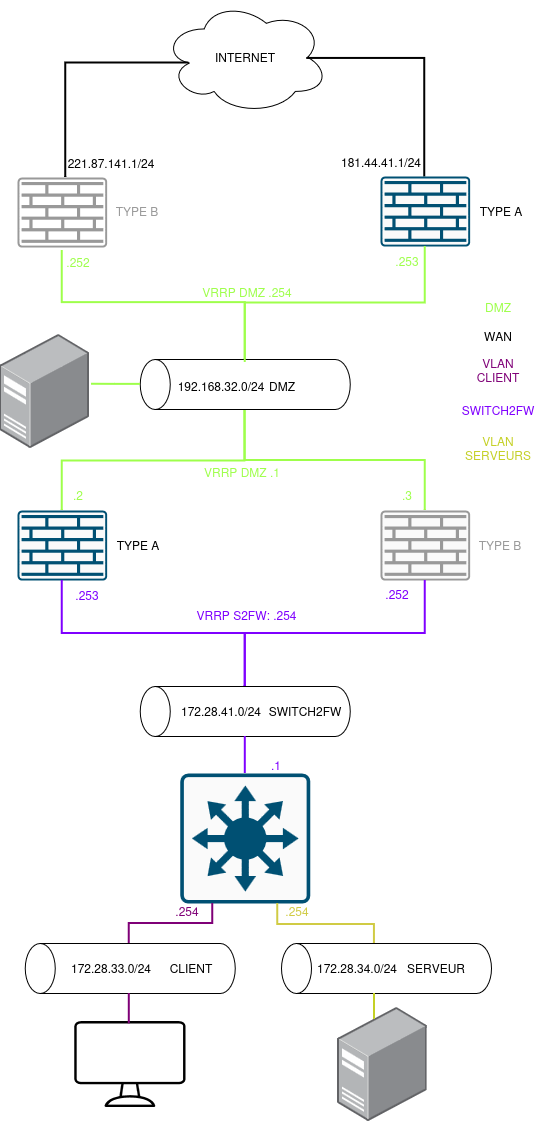
Above: docs/assets/SchemaLogDMZ.drawio.png in DSISportLudique/SportLudique2Doc (draw.io), before the change. Source tidied: cells renumbered, new cells last; positions are measured from the earlier drawing's top-left corner, leaving out a move shared by most shapes.
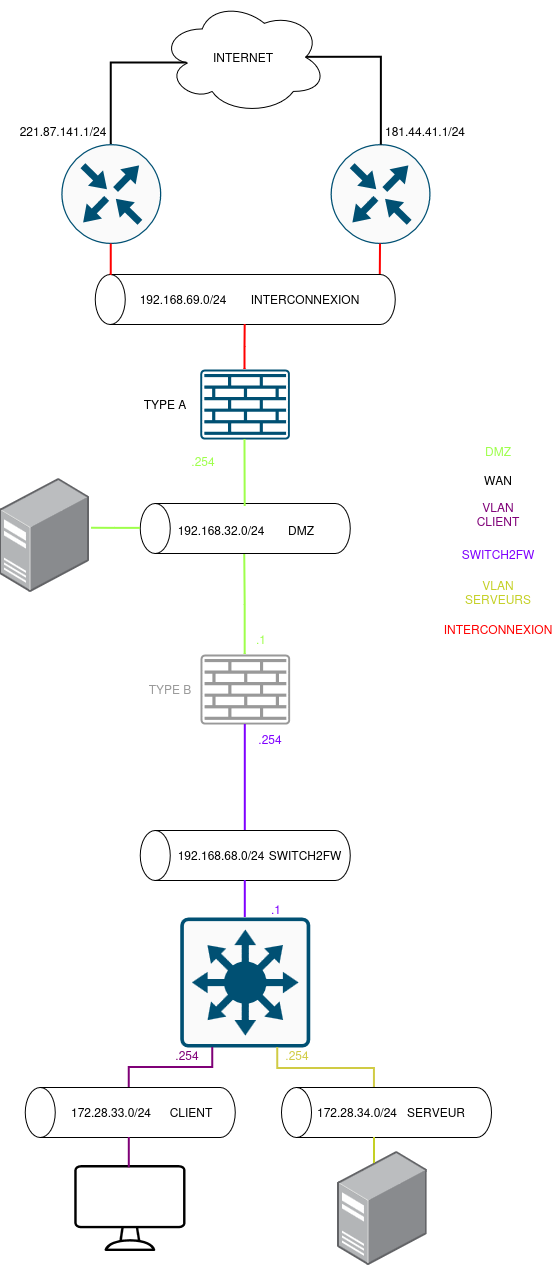
The same file after the commit.

What changed in the source:
```diff
@@ -5,8 +5,8 @@
     <mxCell id="2" style="sketch=0;points=[[0.015,0.015,0],[0.985,0.015,0],[0.985,0.985,0],[0.015,0.985,0],[0.25,0,0],[0.5,0,0],[0.75,0,0],[1,0.25,0],[1,0.5,0],[1,0.75,0],[0.75,1,0],[0.5,1,0],[0.25,1,0],[0,0.75,0],[0,0.5,0],[0,0.25,0]];verticalLabelPosition=bottom;html=1;verticalAlign=top;align=center;shape=mxgraph.cisco19.rect;prIcon=l3_switch;fillColor=#FAFAFA;strokeColor=#005073;" parent="1" vertex="1">
       <mxGeometry x="180.8" y="773" width="130" height="130" as="geometry" />
     </mxCell>
-    <mxCell id="3" style="sketch=0;points=[[0.015,0.015,0],[0.985,0.015,0],[0.985,0.985,0],[0.015,0.985,0],[0.25,0,0],[0.5,0,0],[0.75,0,0],[1,0.25,0],[1,0.5,0],[1,0.75,0],[0.75,1,0],[0.5,1,0],[0.25,1,0],[0,0.75,0],[0,0.5,0],[0,0.25,0]];verticalLabelPosition=bottom;html=1;verticalAlign=top;align=center;shape=mxgraph.cisco19.rect;prIcon=firewall;fillColor=none;strokeColor=#999999;fillStyle=auto;gradientColor=none;" parent="1" vertex="1">
-      <mxGeometry x="18" y="177" width="89.6" height="70" as="geometry" />
+    <mxCell id="3" style="sketch=0;points=[[0.015,0.015,0],[0.985,0.015,0],[0.985,0.985,0],[0.015,0.985,0],[0.25,0,0],[0.5,0,0],[0.75,0,0],[1,0.25,0],[1,0.5,0],[1,0.75,0],[0.75,1,0],[0.5,1,0],[0.25,1,0],[0,0.75,0],[0,0.5,0],[0,0.25,0]];verticalLabelPosition=bottom;html=1;verticalAlign=top;align=center;shape=mxgraph.cisco19.rect;prIcon=firewall;fillColor=none;strokeColor=#005073;fillStyle=auto;gradientColor=none;" parent="1" vertex="1">
+      <mxGeometry x="200.8" y="225" width="89.6" height="70" as="geometry" />
     </mxCell>
     <mxCell id="4" style="image;points=[];html=1;align=center;shadow=0;dashed=0;image=img/lib/allied_telesis/computer_and_terminals/Server_Desktop.svg;" parent="1" vertex="1">
       <mxGeometry x="0.4" y="334" width="89.6" height="113.6" as="geometry" />
@@ -51,7 +51,7 @@
     <mxCell id="16" value="172.28.33.0/24" style="text;html=1;whiteSpace=wrap;strokeColor=none;fillColor=none;align=center;verticalAlign=middle;rounded=0;" parent="1" vertex="1">
       <mxGeometry x="81.8" y="953" width="60" height="30" as="geometry" />
     </mxCell>
-    <mxCell id="17" value="172.28.41.0/24" style="text;html=1;whiteSpace=wrap;strokeColor=none;fillColor=none;align=center;verticalAlign=middle;rounded=0;" parent="1" vertex="1">
+    <mxCell id="17" value="192.168.68.0/24" style="text;html=1;whiteSpace=wrap;strokeColor=none;fillColor=none;align=center;verticalAlign=middle;rounded=0;" parent="1" vertex="1">
       <mxGeometry x="191.8" y="696" width="60" height="30" as="geometry" />
     </mxCell>
     <mxCell id="18" style="shape=cylinder3;whiteSpace=wrap;html=1;boundedLbl=1;backgroundOutline=1;size=15;rotation=-90;" parent="1" vertex="1">
@@ -84,7 +84,7 @@
       <mxGeometry x="191.8" y="371" width="60" height="30" as="geometry" />
     </mxCell>
     <mxCell id="25" value="&lt;div&gt;DMZ&lt;/div&gt;" style="text;html=1;whiteSpace=wrap;strokeColor=none;fillColor=none;align=center;verticalAlign=middle;rounded=0;" parent="1" vertex="1">
-      <mxGeometry x="252.6" y="371" width="60" height="30" as="geometry" />
+      <mxGeometry x="271.6" y="371" width="60" height="30" as="geometry" />
     </mxCell>
     <mxCell id="26" value="SWITCH2FW" style="text;html=1;whiteSpace=wrap;strokeColor=none;fillColor=none;align=center;verticalAlign=middle;rounded=0;" parent="1" vertex="1">
       <mxGeometry x="275.6" y="696" width="60" height="30" as="geometry" />
@@ -100,16 +100,14 @@
         <mxPoint x="245.4" y="410" as="targetPoint" />
       </mxGeometry>
     </mxCell>
-    <mxCell id="30" style="sketch=0;points=[[0.015,0.015,0],[0.985,0.015,0],[0.985,0.985,0],[0.015,0.985,0],[0.25,0,0],[0.5,0,0],[0.75,0,0],[1,0.25,0],[1,0.5,0],[1,0.75,0],[0.75,1,0],[0.5,1,0],[0.25,1,0],[0,0.75,0],[0,0.5,0],[0,0.25,0]];verticalLabelPosition=bottom;html=1;verticalAlign=top;align=center;shape=mxgraph.cisco19.rect;prIcon=firewall;fillColor=#FAFAFA;strokeColor=#005073;" parent="1" vertex="1">
-      <mxGeometry x="18" y="510" width="89.6" height="70" as="geometry" />
+    <mxCell id="30" style="sketch=0;points=[[0.015,0.015,0],[0.985,0.015,0],[0.985,0.985,0],[0.015,0.985,0],[0.25,0,0],[0.5,0,0],[0.75,0,0],[1,0.25,0],[1,0.5,0],[1,0.75,0],[0.75,1,0],[0.5,1,0],[0.25,1,0],[0,0.75,0],[0,0.5,0],[0,0.25,0]];verticalLabelPosition=bottom;html=1;verticalAlign=top;align=center;shape=mxgraph.cisco19.rect;prIcon=firewall;fillColor=none;strokeColor=#999999;" parent="1" vertex="1">
+      <mxGeometry x="201" y="510" width="89.6" height="70" as="geometry" />
     </mxCell>
-    <mxCell id="31" style="edgeStyle=orthogonalEdgeStyle;rounded=0;orthogonalLoop=1;jettySize=auto;html=1;exitX=0.5;exitY=1;exitDx=0;exitDy=0;exitPerimeter=0;entryX=1;entryY=0.5;entryDx=0;entryDy=0;entryPerimeter=0;endArrow=none;endFill=0;strokeWidth=2;strokeColor=#9EFF4B;" parent="1" edge="1">
+    <mxCell id="31" style="edgeStyle=orthogonalEdgeStyle;rounded=0;jettySize=auto;html=1;exitX=0.5;exitY=1;exitDx=0;exitDy=0;exitPerimeter=0;entryX=1;entryY=0.5;entryDx=0;entryDy=0;entryPerimeter=0;endArrow=none;endFill=0;strokeWidth=2;strokeColor=#9EFF4B;" parent="1" edge="1" source="3">
       <mxGeometry relative="1" as="geometry">
-        <mxPoint x="62.8" y="250" as="sourcePoint" />
         <mxPoint x="245.8" y="362" as="targetPoint" />
         <Array as="points">
-          <mxPoint x="62.9" y="302.1" />
-          <mxPoint x="245.8" y="302.1" />
+          <mxPoint x="246.6" y="302" />
         </Array>
       </mxGeometry>
     </mxCell>
@@ -119,100 +117,81 @@
     <mxCell id="33" style="edgeStyle=orthogonalEdgeStyle;rounded=0;jettySize=auto;html=1;exitX=1;exitY=0.5;exitDx=0;exitDy=0;exitPerimeter=0;entryX=0.5;entryY=1;entryDx=0;entryDy=0;entryPerimeter=0;endArrow=none;endFill=0;strokeWidth=2;strokeColor=#7F00FF;" parent="1" edge="1" source="11" target="30">
       <mxGeometry relative="1" as="geometry" />
     </mxCell>
-    <mxCell id="34" value="&lt;span style=&quot;color: rgb(153, 153, 153);&quot;&gt;TYPE B&lt;/span&gt;" style="text;html=1;whiteSpace=wrap;strokeColor=none;fillColor=none;align=center;verticalAlign=middle;rounded=0;" parent="1" vertex="1">
-      <mxGeometry x="470.6" y="530" width="60" height="30" as="geometry" />
-    </mxCell>
-    <mxCell id="35" value="&lt;span style=&quot;color: rgb(158, 255, 75);&quot;&gt;.253&lt;/span&gt;" style="text;html=1;whiteSpace=wrap;strokeColor=none;fillColor=none;align=center;verticalAlign=middle;rounded=0;" parent="1" vertex="1">
-      <mxGeometry x="378" y="246" width="60" height="30" as="geometry" />
-    </mxCell>
-    <mxCell id="36" value="&lt;span style=&quot;color: rgb(158, 255, 75);&quot;&gt;.252&lt;/span&gt;" style="text;html=1;whiteSpace=wrap;strokeColor=none;fillColor=none;align=center;verticalAlign=middle;rounded=0;" parent="1" vertex="1">
-      <mxGeometry x="48.6" y="247" width="60" height="30" as="geometry" />
+    <mxCell id="36" value="&lt;span style=&quot;color: rgb(158, 255, 75);&quot;&gt;.254&lt;/span&gt;" style="text;html=1;whiteSpace=wrap;strokeColor=none;fillColor=none;align=center;verticalAlign=middle;rounded=0;" parent="1" vertex="1">
+      <mxGeometry x="173.6" y="302" width="60" height="30" as="geometry" />
     </mxCell>
-    <mxCell id="37" value="&lt;span style=&quot;color: rgb(158, 255, 75);&quot;&gt;VRRP DMZ .254&lt;/span&gt;" style="text;html=1;whiteSpace=wrap;strokeColor=none;fillColor=none;align=center;verticalAlign=middle;rounded=0;" parent="1" vertex="1">
-      <mxGeometry x="186.8" y="277" width="121.9" height="30" as="geometry" />
-    </mxCell>
-    <mxCell id="38" value="&lt;span style=&quot;color: rgb(158, 255, 75);&quot;&gt;VRRP DMZ .1&lt;/span&gt;" style="text;html=1;whiteSpace=wrap;strokeColor=none;fillColor=none;align=center;verticalAlign=middle;rounded=0;" parent="1" vertex="1">
-      <mxGeometry x="198.4" y="457" width="89.6" height="30" as="geometry" />
-    </mxCell>
-    <mxCell id="39" value="&lt;span style=&quot;color: rgb(127, 0, 255);&quot;&gt;.253&lt;/span&gt;" style="text;html=1;whiteSpace=wrap;strokeColor=none;fillColor=none;align=center;verticalAlign=middle;rounded=0;" parent="1" vertex="1">
-      <mxGeometry x="58" y="580" width="60" height="30" as="geometry" />
+    <mxCell id="39" value="&lt;span style=&quot;color: rgb(127, 0, 255);&quot;&gt;.254&lt;/span&gt;" style="text;html=1;whiteSpace=wrap;strokeColor=none;fillColor=none;align=center;verticalAlign=middle;rounded=0;" parent="1" vertex="1">
+      <mxGeometry x="241" y="580" width="60" height="30" as="geometry" />
     </mxCell>
     <mxCell id="40" value="&lt;span style=&quot;color: rgb(127, 0, 255);&quot;&gt;.1&lt;/span&gt;" style="text;html=1;whiteSpace=wrap;strokeColor=none;fillColor=none;align=center;verticalAlign=middle;rounded=0;" parent="1" vertex="1">
       <mxGeometry x="246.8" y="750" width="60" height="30" as="geometry" />
     </mxCell>
-    <mxCell id="41" value="&lt;span style=&quot;color: rgb(127, 0, 255);&quot;&gt;VRRP S2FW: .254&lt;/span&gt;" style="text;html=1;whiteSpace=wrap;strokeColor=none;fillColor=none;align=center;verticalAlign=middle;rounded=0;" parent="1" vertex="1">
-      <mxGeometry x="191.8" y="600" width="111.2" height="30" as="geometry" />
-    </mxCell>
     <mxCell id="42" value="INTERNET" style="ellipse;shape=cloud;whiteSpace=wrap;html=1;" parent="1" vertex="1">
-      <mxGeometry x="163.2" width="165.8" height="113.6" as="geometry" />
+      <mxGeometry x="161.2" y="-144" width="165.8" height="113.6" as="geometry" />
     </mxCell>
-    <mxCell id="43" style="edgeStyle=orthogonalEdgeStyle;rounded=0;jettySize=auto;html=1;exitX=0.5;exitY=0;exitDx=0;exitDy=0;exitPerimeter=0;entryX=0.875;entryY=0.5;entryDx=0;entryDy=0;entryPerimeter=0;endArrow=none;endFill=0;strokeWidth=2;" parent="1" edge="1" target="42">
-      <mxGeometry relative="1" as="geometry">
-        <mxPoint x="425.3" y="177" as="sourcePoint" />
-        <Array as="points">
-          <mxPoint x="425.3" y="58" />
-        </Array>
-      </mxGeometry>
-    </mxCell>
-    <mxCell id="44" style="edgeStyle=orthogonalEdgeStyle;rounded=0;jettySize=auto;html=1;exitX=0.5;exitY=0;exitDx=0;exitDy=0;exitPerimeter=0;entryX=0.16;entryY=0.55;entryDx=0;entryDy=0;entryPerimeter=0;endArrow=none;endFill=0;strokeWidth=2;" parent="1" edge="1" target="42">
-      <mxGeometry relative="1" as="geometry">
-        <mxPoint x="66.3" y="177" as="sourcePoint" />
-        <Array as="points">
-          <mxPoint x="66.3" y="62" />
-        </Array>
-      </mxGeometry>
-    </mxCell>
     <mxCell id="45" value="221.87.141.1/24" style="text;html=1;whiteSpace=wrap;strokeColor=none;fillColor=none;align=center;verticalAlign=middle;rounded=0;" parent="1" vertex="1">
-      <mxGeometry x="81.9" y="148" width="60" height="30" as="geometry" />
+      <mxGeometry x="34" y="-28" width="60" height="30" as="geometry" />
     </mxCell>
     <mxCell id="46" value="181.44.41.1/24" style="text;html=1;whiteSpace=wrap;strokeColor=none;fillColor=none;align=center;verticalAlign=middle;rounded=0;" parent="1" vertex="1">
-      <mxGeometry x="352.3" y="147" width="60" height="30" as="geometry" />
+      <mxGeometry x="396" y="-28" width="60" height="30" as="geometry" />
     </mxCell>
-    <mxCell id="47" style="sketch=0;points=[[0.015,0.015,0],[0.985,0.015,0],[0.985,0.985,0],[0.015,0.985,0],[0.25,0,0],[0.5,0,0],[0.75,0,0],[1,0.25,0],[1,0.5,0],[1,0.75,0],[0.75,1,0],[0.5,1,0],[0.25,1,0],[0,0.75,0],[0,0.5,0],[0,0.25,0]];verticalLabelPosition=bottom;html=1;verticalAlign=top;align=center;shape=mxgraph.cisco19.rect;prIcon=firewall;fillColor=#FAFAFA;strokeColor=#005073;" parent="1" vertex="1">
-      <mxGeometry x="381" y="176" width="89.6" height="70" as="geometry" />
-    </mxCell>
-    <mxCell id="48" style="edgeStyle=orthogonalEdgeStyle;rounded=0;jettySize=auto;html=1;exitX=1;exitY=0.5;exitDx=0;exitDy=0;exitPerimeter=0;entryX=0.5;entryY=1;entryDx=0;entryDy=0;entryPerimeter=0;fontSize=12;startSize=8;endSize=8;strokeWidth=2;strokeColor=#9EFF4B;endArrow=none;endFill=0;" parent="1" edge="1" source="10" target="47">
-      <mxGeometry relative="1" as="geometry" />
-    </mxCell>
-    <mxCell id="49" style="sketch=0;points=[[0.015,0.015,0],[0.985,0.015,0],[0.985,0.985,0],[0.015,0.985,0],[0.25,0,0],[0.5,0,0],[0.75,0,0],[1,0.25,0],[1,0.5,0],[1,0.75,0],[0.75,1,0],[0.5,1,0],[0.25,1,0],[0,0.75,0],[0,0.5,0],[0,0.25,0]];verticalLabelPosition=bottom;html=1;verticalAlign=top;align=center;shape=mxgraph.cisco19.rect;prIcon=firewall;fillColor=#FAFAFA;strokeColor=#999999;" parent="1" vertex="1">
-      <mxGeometry x="381" y="510" width="89.6" height="70" as="geometry" />
-    </mxCell>
-    <mxCell id="50" style="edgeStyle=orthogonalEdgeStyle;rounded=0;jettySize=auto;html=1;exitX=1;exitY=0.5;exitDx=0;exitDy=0;exitPerimeter=0;entryX=0.5;entryY=1;entryDx=0;entryDy=0;entryPerimeter=0;fontSize=12;startSize=8;endSize=8;endArrow=none;endFill=0;strokeColor=#7F00FF;strokeWidth=2;" parent="1" edge="1" source="11" target="49">
-      <mxGeometry relative="1" as="geometry" />
-    </mxCell>
-    <mxCell id="51" style="edgeStyle=orthogonalEdgeStyle;rounded=0;orthogonalLoop=1;jettySize=auto;html=1;exitX=0.5;exitY=0;exitDx=0;exitDy=0;exitPerimeter=0;fontSize=12;startSize=8;endSize=8;strokeWidth=2;strokeColor=#9EFF4B;endArrow=none;endFill=0;" parent="1" edge="1">
-      <mxGeometry relative="1" as="geometry">
-        <mxPoint x="425.8" y="510" as="sourcePoint" />
-        <mxPoint x="245.8" y="410" as="targetPoint" />
-        <Array as="points">
-          <mxPoint x="425.8" y="460" />
-          <mxPoint x="245.8" y="460" />
-        </Array>
-      </mxGeometry>
-    </mxCell>
-    <mxCell id="52" value="TYPE A" style="text;html=1;whiteSpace=wrap;strokeColor=none;fillColor=none;align=center;verticalAlign=middle;rounded=0;" parent="1" vertex="1">
-      <mxGeometry x="471.6" y="196" width="60" height="30" as="geometry" />
-    </mxCell>
-    <mxCell id="53" value="&lt;span style=&quot;color: rgb(153, 153, 153);&quot;&gt;TYPE B&lt;/span&gt;" style="text;html=1;whiteSpace=wrap;strokeColor=none;fillColor=none;align=center;verticalAlign=middle;rounded=0;" parent="1" vertex="1">
-      <mxGeometry x="107.6" y="196" width="60" height="30" as="geometry" />
-    </mxCell>
-    <mxCell id="54" value="TYPE A" style="text;html=1;whiteSpace=wrap;strokeColor=none;fillColor=none;align=center;verticalAlign=middle;rounded=0;" parent="1" vertex="1">
-      <mxGeometry x="108.6" y="530" width="60" height="30" as="geometry" />
-    </mxCell>
-    <mxCell id="55" value="&lt;span style=&quot;color: rgb(127, 0, 255);&quot;&gt;.252&lt;/span&gt;" style="text;html=1;whiteSpace=wrap;strokeColor=none;fillColor=none;align=center;verticalAlign=middle;rounded=0;" parent="1" vertex="1">
-      <mxGeometry x="367.6" y="579" width="60" height="30" as="geometry" />
-    </mxCell>
-    <mxCell id="56" value="&lt;span style=&quot;color: rgb(158, 255, 75);&quot;&gt;.2&lt;/span&gt;" style="text;html=1;whiteSpace=wrap;strokeColor=none;fillColor=none;align=center;verticalAlign=middle;rounded=0;" parent="1" vertex="1">
-      <mxGeometry x="48.6" y="480" width="60" height="30" as="geometry" />
+    <mxCell id="56" value="&lt;div&gt;&lt;span style=&quot;color: rgb(158, 255, 75);&quot;&gt;.1&lt;/span&gt;&lt;/div&gt;" style="text;html=1;whiteSpace=wrap;strokeColor=none;fillColor=none;align=center;verticalAlign=middle;rounded=0;" parent="1" vertex="1">
+      <mxGeometry x="231.6" y="480" width="60" height="30" as="geometry" />
     </mxCell>
-    <mxCell id="57" value="&lt;span style=&quot;color: rgb(158, 255, 75);&quot;&gt;.3&lt;/span&gt;" style="text;html=1;whiteSpace=wrap;strokeColor=none;fillColor=none;align=center;verticalAlign=middle;rounded=0;" parent="1" vertex="1">
-      <mxGeometry x="378" y="480" width="60" height="30" as="geometry" />
-    </mxCell>
     <mxCell id="58" value="&lt;span style=&quot;color: rgb(127, 0, 119);&quot;&gt;.254&lt;/span&gt;" style="text;html=1;whiteSpace=wrap;strokeColor=none;fillColor=none;align=center;verticalAlign=middle;rounded=0;" parent="1" vertex="1">
       <mxGeometry x="157.6" y="896" width="60" height="30" as="geometry" />
     </mxCell>
     <mxCell id="59" value="&lt;font style=&quot;font-size: 12px;&quot;&gt;&lt;span style=&quot;color: rgb(208, 203, 68);&quot;&gt;.254&lt;/span&gt;&lt;/font&gt;" style="text;html=1;whiteSpace=wrap;strokeColor=none;fillColor=none;align=center;verticalAlign=middle;rounded=0;fontSize=16;" parent="1" vertex="1">
       <mxGeometry x="268" y="894" width="60" height="30" as="geometry" />
     </mxCell>
+    <mxCell id="60" value="TYPE A" style="text;html=1;whiteSpace=wrap;strokeColor=none;fillColor=none;align=center;verticalAlign=middle;rounded=0;" parent="1" vertex="1">
+      <mxGeometry x="135.8" y="245" width="60" height="30" as="geometry" />
+    </mxCell>
+    <mxCell id="61" value="&lt;span style=&quot;color: rgb(153, 153, 153);&quot;&gt;TYPE B&lt;/span&gt;" style="text;html=1;whiteSpace=wrap;strokeColor=none;fillColor=none;align=center;verticalAlign=middle;rounded=0;" parent="1" vertex="1">
+      <mxGeometry x="141" y="530" width="60" height="30" as="geometry" />
+    </mxCell>
+    <mxCell id="62" style="sketch=0;points=[[0.5,0,0],[1,0.5,0],[0.5,1,0],[0,0.5,0],[0.145,0.145,0],[0.8555,0.145,0],[0.855,0.8555,0],[0.145,0.855,0]];verticalLabelPosition=bottom;html=1;verticalAlign=top;align=center;shape=mxgraph.cisco19.rect;prIcon=router;fillColor=#FAFAFA;strokeColor=#005073;" parent="1" vertex="1">
+      <mxGeometry x="61.8" y="-0.4" width="100" height="100" as="geometry" />
+    </mxCell>
+    <mxCell id="63" style="sketch=0;points=[[0.5,0,0],[1,0.5,0],[0.5,1,0],[0,0.5,0],[0.145,0.145,0],[0.8555,0.145,0],[0.855,0.8555,0],[0.145,0.855,0]];verticalLabelPosition=bottom;html=1;verticalAlign=top;align=center;shape=mxgraph.cisco19.rect;prIcon=router;fillColor=#FAFAFA;strokeColor=#005073;" parent="1" vertex="1">
+      <mxGeometry x="331" y="-0.4" width="100" height="100" as="geometry" />
+    </mxCell>
+    <mxCell id="64" style="edgeStyle=orthogonalEdgeStyle;rounded=0;jettySize=auto;html=1;exitX=0.5;exitY=0;exitDx=0;exitDy=0;exitPerimeter=0;entryX=0.16;entryY=0.55;entryDx=0;entryDy=0;entryPerimeter=0;strokeWidth=2;endArrow=none;endFill=0;" parent="1" edge="1" source="62" target="42">
+      <mxGeometry relative="1" as="geometry">
+        <Array as="points">
+          <mxPoint x="111.8" y="-81.5" />
+        </Array>
+      </mxGeometry>
+    </mxCell>
+    <mxCell id="65" style="edgeStyle=orthogonalEdgeStyle;rounded=0;jettySize=auto;html=1;exitX=0.5;exitY=0;exitDx=0;exitDy=0;exitPerimeter=0;entryX=0.875;entryY=0.5;entryDx=0;entryDy=0;entryPerimeter=0;endArrow=none;endFill=0;strokeWidth=2;" parent="1" edge="1" source="63">
+      <mxGeometry relative="1" as="geometry">
+        <mxPoint x="306.6" y="-87.3" as="targetPoint" />
+        <Array as="points">
+          <mxPoint x="382" y="-0.4" />
+          <mxPoint x="382" y="-87.3" />
+        </Array>
+      </mxGeometry>
+    </mxCell>
+    <mxCell id="66" style="shape=cylinder3;whiteSpace=wrap;html=1;boundedLbl=1;backgroundOutline=1;size=15;rotation=-90;" parent="1" vertex="1">
+      <mxGeometry x="220.8" y="5" width="50" height="300" as="geometry" />
+    </mxCell>
+    <mxCell id="67" style="edgeStyle=orthogonalEdgeStyle;rounded=0;jettySize=auto;html=1;exitX=0.5;exitY=0;exitDx=0;exitDy=0;exitPerimeter=0;entryX=0;entryY=0.5;entryDx=0;entryDy=0;entryPerimeter=0;endArrow=none;endFill=0;strokeWidth=2;strokeColor=#FF0000;" parent="1" edge="1" source="3" target="66">
+      <mxGeometry relative="1" as="geometry" />
+    </mxCell>
+    <mxCell id="68" style="edgeStyle=orthogonalEdgeStyle;rounded=0;jettySize=auto;html=1;exitX=1;exitY=0;exitDx=0;exitDy=15;exitPerimeter=0;entryX=0.5;entryY=1;entryDx=0;entryDy=0;entryPerimeter=0;endArrow=none;endFill=0;startArrow=none;startFill=0;strokeWidth=2;strokeColor=#FF0000;" parent="1" edge="1" source="66" target="62">
+      <mxGeometry relative="1" as="geometry" />
+    </mxCell>
+    <mxCell id="69" style="edgeStyle=orthogonalEdgeStyle;rounded=0;jettySize=auto;html=1;exitX=1;exitY=1;exitDx=0;exitDy=-15;exitPerimeter=0;entryX=0.5;entryY=1;entryDx=0;entryDy=0;entryPerimeter=0;endArrow=none;endFill=0;strokeWidth=2;strokeColor=#FF0000;" parent="1" edge="1" source="66" target="63">
+      <mxGeometry relative="1" as="geometry" />
+    </mxCell>
+    <mxCell id="70" value="192.168.69.0/24" style="text;html=1;whiteSpace=wrap;strokeColor=none;fillColor=none;align=center;verticalAlign=middle;rounded=0;" parent="1" vertex="1">
+      <mxGeometry x="154" y="140" width="60" height="30" as="geometry" />
+    </mxCell>
+    <mxCell id="71" value="INTERCONNEXION" style="text;html=1;whiteSpace=wrap;strokeColor=none;fillColor=none;align=center;verticalAlign=middle;rounded=0;" parent="1" vertex="1">
+      <mxGeometry x="276" y="140" width="60" height="30" as="geometry" />
+    </mxCell>
+    <mxCell id="72" value="&lt;span style=&quot;color: rgb(255, 0, 0);&quot;&gt;INTERCONNEXION&lt;/span&gt;" style="text;html=1;whiteSpace=wrap;strokeColor=none;fillColor=none;align=center;verticalAlign=middle;rounded=0;" parent="1" vertex="1">
+      <mxGeometry x="469" y="470" width="60" height="30" as="geometry" />
+    </mxCell>
   </root>
 </mxGraphModel>
```
